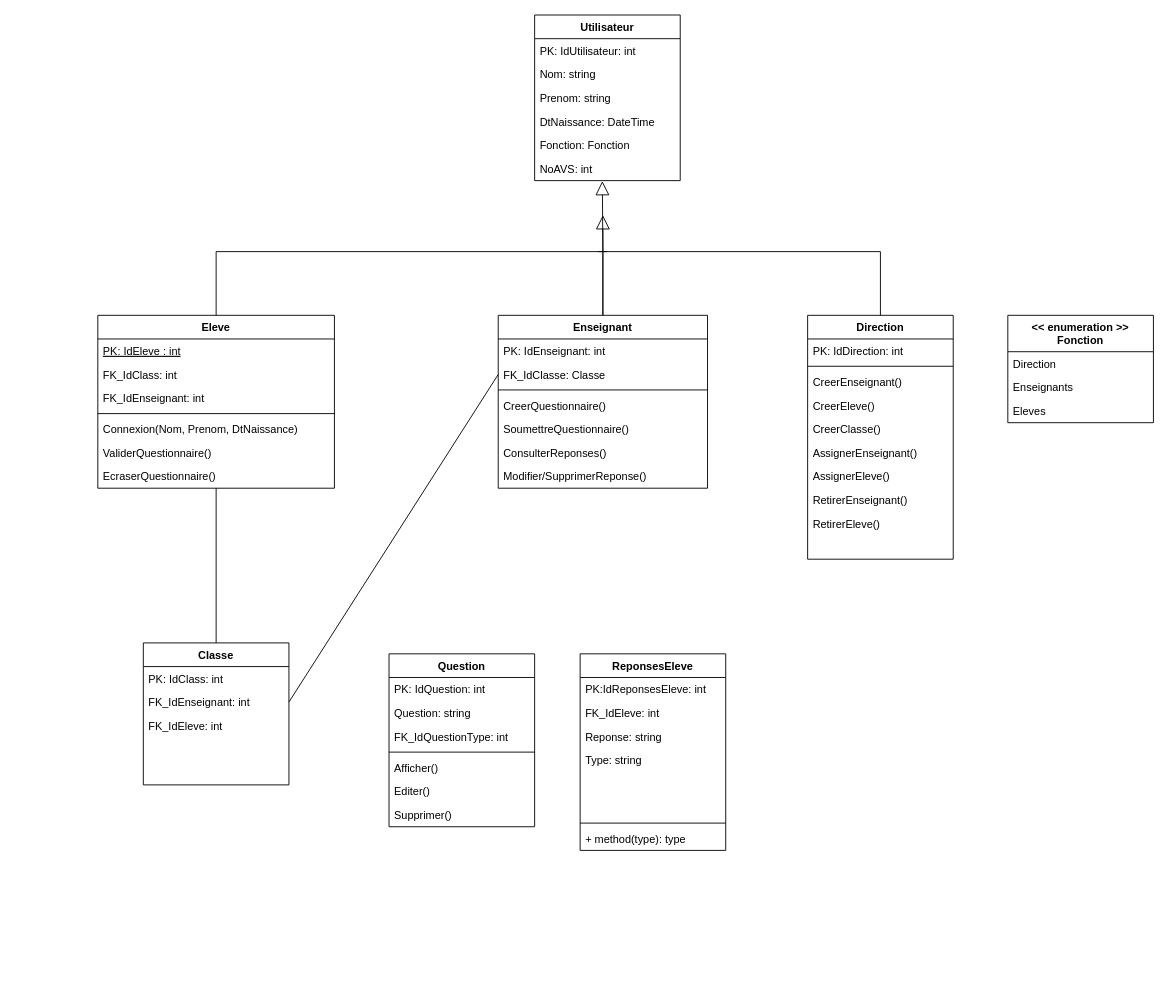
Before: DiagramClass.drawio in Devetik/Diagrammes, a draw.io diagram. Source tidied: cells renumbered, new cells numbered last; positions are measured from the earlier drawing's top-left corner, leaving out a move shared by most shapes. Both pictures are drawn from the tidied source at 91%, with x=0, y=0 at pixel (97, 15).
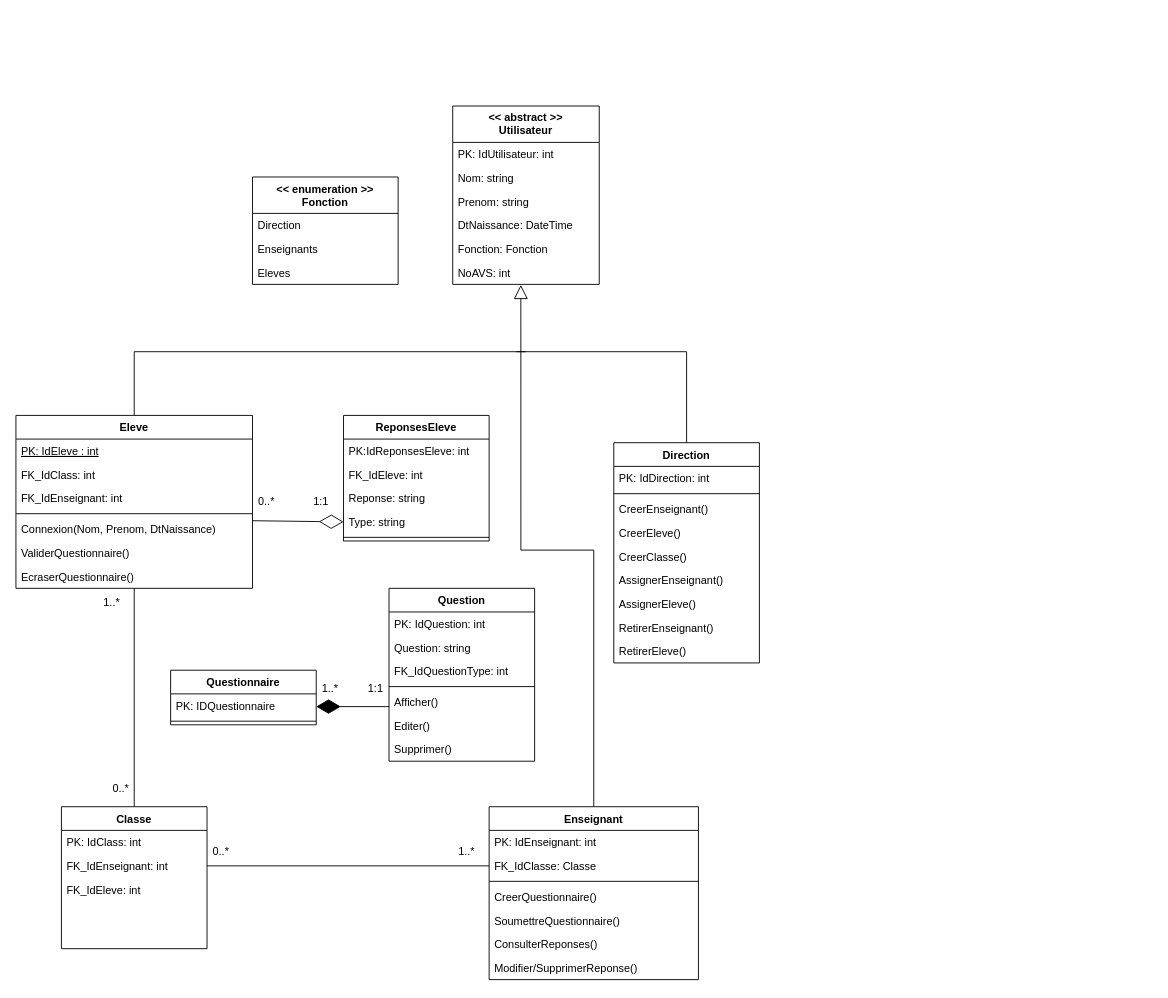
After the change.

Unchanged cells that the change refers to:
```xml
<mxCell id="8" value="Connexion(Nom, Prenom, DtNaissance)" style="text;strokeColor=none;fillColor=none;align=left;verticalAlign=top;spacingLeft=4;spacingRight=4;overflow=hidden;points=[[0,0.5],[1,0.5]];portConstraint=eastwest;" parent="3" vertex="1">
  <mxGeometry y="112" width="260" height="26" as="geometry" />
</mxCell>
<mxCell id="49" value="Type: string" style="text;strokeColor=none;fillColor=none;align=left;verticalAlign=top;spacingLeft=4;spacingRight=4;overflow=hidden;points=[[0,0.5],[1,0.5]];portConstraint=eastwest;" parent="45" vertex="1">
  <mxGeometry y="104" width="160" height="26" as="geometry" />
</mxCell>
```

What changed in the source:
```diff
@@
     <mxCell id="3" value="Eleve" style="swimlane;fontStyle=1;align=center;verticalAlign=top;horizontal=1;startSize=26;" parent="1" vertex="1">
-      <mxGeometry y="330" width="260" height="190" as="geometry" />
+      <mxGeometry x="-90" y="440" width="260" height="190" as="geometry" />
     </mxCell>
@@
     <mxCell id="12" value="Enseignant" style="swimlane;fontStyle=1;align=center;verticalAlign=top;horizontal=1;startSize=26;" parent="1" vertex="1">
-      <mxGeometry x="440" y="330" width="230" height="190" as="geometry" />
+      <mxGeometry x="430" y="870" width="230" height="190" as="geometry" />
     </mxCell>
@@
     <mxCell id="20" value="Classe" style="swimlane;fontStyle=1;align=center;verticalAlign=top;horizontal=1;startSize=26;" parent="1" vertex="1">
-      <mxGeometry x="50" y="690" width="160" height="156" as="geometry" />
+      <mxGeometry x="-40" y="870" width="160" height="156" as="geometry" />
     </mxCell>
@@
     <mxCell id="26" value="Direction" style="swimlane;fontStyle=1;align=center;verticalAlign=top;horizontal=1;startSize=26;" parent="1" vertex="1">
-      <mxGeometry x="780" y="330" width="160" height="268" as="geometry" />
+      <mxGeometry x="567" y="470" width="160" height="242" as="geometry" />
     </mxCell>
@@
-    <mxCell id="36" style="text;strokeColor=none;fillColor=none;align=left;verticalAlign=top;spacingLeft=4;spacingRight=4;overflow=hidden;" parent="26" vertex="1">
-      <mxGeometry y="242" width="160" height="26" as="geometry" />
-    </mxCell>
     <mxCell id="37" value="Question" style="swimlane;fontStyle=1;align=center;verticalAlign=top;horizontal=1;startSize=26;" parent="1" vertex="1">
-      <mxGeometry x="320" y="702" width="160" height="190" as="geometry" />
+      <mxGeometry x="320" y="630" width="160" height="190" as="geometry" />
     </mxCell>
@@
     <mxCell id="45" value="ReponsesEleve" style="swimlane;fontStyle=1;align=center;verticalAlign=top;horizontal=1;startSize=26;" parent="1" vertex="1">
-      <mxGeometry x="530" y="702" width="160" height="216" as="geometry" />
+      <mxGeometry x="270" y="440" width="160" height="138" as="geometry" />
     </mxCell>
@@
-    <mxCell id="50" style="text;strokeColor=none;fillColor=none;align=left;verticalAlign=top;spacingLeft=4;spacingRight=4;overflow=hidden;" parent="45" vertex="1">
-      <mxGeometry y="130" width="160" height="26" as="geometry" />
-    </mxCell>
-    <mxCell id="51" style="text;strokeColor=none;fillColor=none;align=left;verticalAlign=top;spacingLeft=4;spacingRight=4;overflow=hidden;" parent="45" vertex="1">
-      <mxGeometry y="156" width="160" height="26" as="geometry" />
-    </mxCell>
     <mxCell id="52" style="line;strokeWidth=1;fillColor=none;align=left;verticalAlign=middle;spacingTop=-1;spacingLeft=3;spacingRight=3;labelPosition=right;" parent="45" vertex="1">
-      <mxGeometry y="182" width="160" height="8" as="geometry" />
+      <mxGeometry y="130" width="160" height="8" as="geometry" />
     </mxCell>
-    <mxCell id="53" value="+ method(type): type" style="text;strokeColor=none;fillColor=none;align=left;verticalAlign=top;spacingLeft=4;spacingRight=4;overflow=hidden;" parent="45" vertex="1">
-      <mxGeometry y="190" width="160" height="26" as="geometry" />
-    </mxCell>
@@
     <mxCell id="55" value="&lt;&lt; enumeration &gt;&gt;&#10;Fonction" style="swimlane;fontStyle=1;align=center;verticalAlign=top;horizontal=1;startSize=40;" parent="1" vertex="1">
-      <mxGeometry x="1000" y="330" width="160" height="118" as="geometry" />
+      <mxGeometry x="170" y="178" width="160" height="118" as="geometry" />
     </mxCell>
@@
-    <mxCell id="59" style="endArrow=block;html=1;rounded=0;exitX=0.5;exitY=0;exitDx=0;exitDy=0;endFill=0;strokeWidth=1;endSize=13;startSize=8;entryX=0.469;entryY=1.004;entryDx=0;entryDy=0;entryPerimeter=0;" parent="1" edge="1" source="12">
-      <mxGeometry relative="1" as="geometry">
-        <mxPoint x="555" y="220" as="targetPoint" />
-      </mxGeometry>
-    </mxCell>
     <mxCell id="60" style="endArrow=none;html=1;rounded=0;entryX=0.5;entryY=0;entryDx=0;entryDy=0;" parent="1" edge="1" target="26">
       <mxGeometry relative="1" as="geometry">
-        <mxPoint x="550" y="260" as="sourcePoint" />
+        <mxPoint x="460" y="370" as="sourcePoint" />
         <Array as="points">
-          <mxPoint x="860" y="260" />
+          <mxPoint x="647" y="370" />
         </Array>
       </mxGeometry>
     </mxCell>
     <mxCell id="61" style="endArrow=none;html=1;rounded=0;startSize=8;endSize=13;strokeWidth=1;exitX=0.5;exitY=0;exitDx=0;exitDy=0;" parent="1" edge="1" source="3">
       <mxGeometry relative="1" as="geometry">
-        <mxPoint x="560" y="260" as="targetPoint" />
+        <mxPoint x="470" y="370" as="targetPoint" />
         <Array as="points">
-          <mxPoint x="130" y="260" />
+          <mxPoint x="40" y="370" />
         </Array>
       </mxGeometry>
     </mxCell>
-    <mxCell id="62" value="Utilisateur" style="swimlane;fontStyle=1;align=center;verticalAlign=top;horizontal=1;startSize=26;" parent="1" vertex="1">
-      <mxGeometry x="480" width="160" height="182" as="geometry" />
+    <mxCell id="62" value="&lt;&lt; abstract &gt;&gt;&#10;Utilisateur" style="swimlane;fontStyle=1;align=center;verticalAlign=top;horizontal=1;startSize=40;spacing=1;perimeterSpacing=1;strokeWidth=1;spacingTop=0;" parent="1" vertex="1">
+      <mxGeometry x="390" y="100" width="161" height="196" as="geometry" />
     </mxCell>
     <mxCell id="63" value="PK: IdUtilisateur: int" style="text;strokeColor=none;fillColor=none;align=left;verticalAlign=top;spacingLeft=4;spacingRight=4;overflow=hidden;" parent="62" vertex="1">
-      <mxGeometry y="26" width="160" height="26" as="geometry" />
+      <mxGeometry y="40" width="161" height="26" as="geometry" />
     </mxCell>
     <mxCell id="64" value="Nom: string" style="text;strokeColor=none;fillColor=none;align=left;verticalAlign=top;spacingLeft=4;spacingRight=4;overflow=hidden;" parent="62" vertex="1">
-      <mxGeometry y="52" width="160" height="26" as="geometry" />
+      <mxGeometry y="66" width="161" height="26" as="geometry" />
     </mxCell>
     <mxCell id="65" value="Prenom: string" style="text;strokeColor=none;fillColor=none;align=left;verticalAlign=top;spacingLeft=4;spacingRight=4;overflow=hidden;" parent="62" vertex="1">
-      <mxGeometry y="78" width="160" height="26" as="geometry" />
+      <mxGeometry y="92" width="161" height="26" as="geometry" />
     </mxCell>
     <mxCell id="66" value="DtNaissance: DateTime" style="text;strokeColor=none;fillColor=none;align=left;verticalAlign=top;spacingLeft=4;spacingRight=4;overflow=hidden;" parent="62" vertex="1">
-      <mxGeometry y="104" width="160" height="26" as="geometry" />
+      <mxGeometry y="118" width="161" height="26" as="geometry" />
     </mxCell>
     <mxCell id="67" value="Fonction: Fonction" style="text;strokeColor=none;fillColor=none;align=left;verticalAlign=top;spacingLeft=4;spacingRight=4;overflow=hidden;" parent="62" vertex="1">
-      <mxGeometry y="130" width="160" height="26" as="geometry" />
+      <mxGeometry y="144" width="161" height="26" as="geometry" />
     </mxCell>
     <mxCell id="68" value="NoAVS: int" style="text;strokeColor=none;fillColor=none;align=left;verticalAlign=top;spacingLeft=4;spacingRight=4;overflow=hidden;points=[[0,0.5],[1,0.5]];portConstraint=eastwest;" parent="62" vertex="1">
-      <mxGeometry y="156" width="160" height="26" as="geometry" />
+      <mxGeometry y="170" width="161" height="26" as="geometry" />
     </mxCell>
+    <mxCell id="69" value="Questionnaire" style="swimlane;fontStyle=1;align=center;verticalAlign=top;horizontal=1;startSize=26;strokeWidth=1;" parent="1" vertex="1">
+      <mxGeometry x="80" y="720" width="160" height="60" as="geometry" />
+    </mxCell>
+    <mxCell id="70" value="PK: IDQuestionnaire" style="text;strokeColor=none;fillColor=none;align=left;verticalAlign=top;spacingLeft=4;spacingRight=4;overflow=hidden;" parent="69" vertex="1">
+      <mxGeometry y="26" width="160" height="26" as="geometry" />
+    </mxCell>
+    <mxCell id="71" style="line;strokeWidth=1;fillColor=none;align=left;verticalAlign=middle;spacingTop=-1;spacingLeft=3;spacingRight=3;labelPosition=right;" parent="69" vertex="1">
+      <mxGeometry y="52" width="160" height="8" as="geometry" />
+    </mxCell>
+    <mxCell id="72" style="endArrow=diamondThin;endFill=1;endSize=24;html=1;rounded=0;" parent="1" edge="1">
+      <mxGeometry relative="1" as="geometry">
+        <mxPoint x="320" y="760" as="sourcePoint" />
+        <mxPoint x="240" y="760" as="targetPoint" />
+      </mxGeometry>
+    </mxCell>
+    <mxCell id="73" style="endArrow=diamondThin;endFill=0;endSize=24;html=1;rounded=0;entryX=0;entryY=0.5;entryDx=0;entryDy=0;exitX=0.999;exitY=0.143;exitDx=0;exitDy=0;exitPerimeter=0;" parent="1" edge="1" source="8" target="49">
+      <mxGeometry relative="1" as="geometry" />
+    </mxCell>
+    <mxCell id="74" value="1..*" style="text;html=1;align=center;verticalAlign=middle;strokeColor=none;fillColor=none;" parent="1" vertex="1">
+      <mxGeometry y="636" width="30" height="20" as="geometry" />
+    </mxCell>
+    <mxCell id="75" value="0..*" style="text;html=1;align=center;verticalAlign=middle;strokeColor=none;fillColor=none;" parent="1" vertex="1">
+      <mxGeometry x="10" y="840" width="30" height="20" as="geometry" />
+    </mxCell>
+    <mxCell id="76" value="0..*" style="text;html=1;align=center;verticalAlign=middle;strokeColor=none;fillColor=none;" parent="1" vertex="1">
+      <mxGeometry x="120" y="910" width="30" height="20" as="geometry" />
+    </mxCell>
+    <mxCell id="77" value="1..*" style="text;html=1;align=center;verticalAlign=middle;strokeColor=none;fillColor=none;" parent="1" vertex="1">
+      <mxGeometry x="390" y="910" width="30" height="20" as="geometry" />
+    </mxCell>
+    <mxCell id="78" value="0..*" style="text;html=1;align=center;verticalAlign=middle;strokeColor=none;fillColor=none;" parent="1" vertex="1">
+      <mxGeometry x="170" y="525" width="30" height="20" as="geometry" />
+    </mxCell>
+    <mxCell id="79" value="1:1" style="text;html=1;align=center;verticalAlign=middle;strokeColor=none;fillColor=none;" parent="1" vertex="1">
+      <mxGeometry x="230" y="525" width="30" height="20" as="geometry" />
+    </mxCell>
+    <mxCell id="80" value="1..*" style="text;html=1;align=center;verticalAlign=middle;strokeColor=none;fillColor=none;" parent="1" vertex="1">
+      <mxGeometry x="240" y="730" width="30" height="20" as="geometry" />
+    </mxCell>
+    <mxCell id="81" value="1:1" style="text;html=1;align=center;verticalAlign=middle;strokeColor=none;fillColor=none;" parent="1" vertex="1">
+      <mxGeometry x="290" y="730" width="30" height="20" as="geometry" />
+    </mxCell>
```
